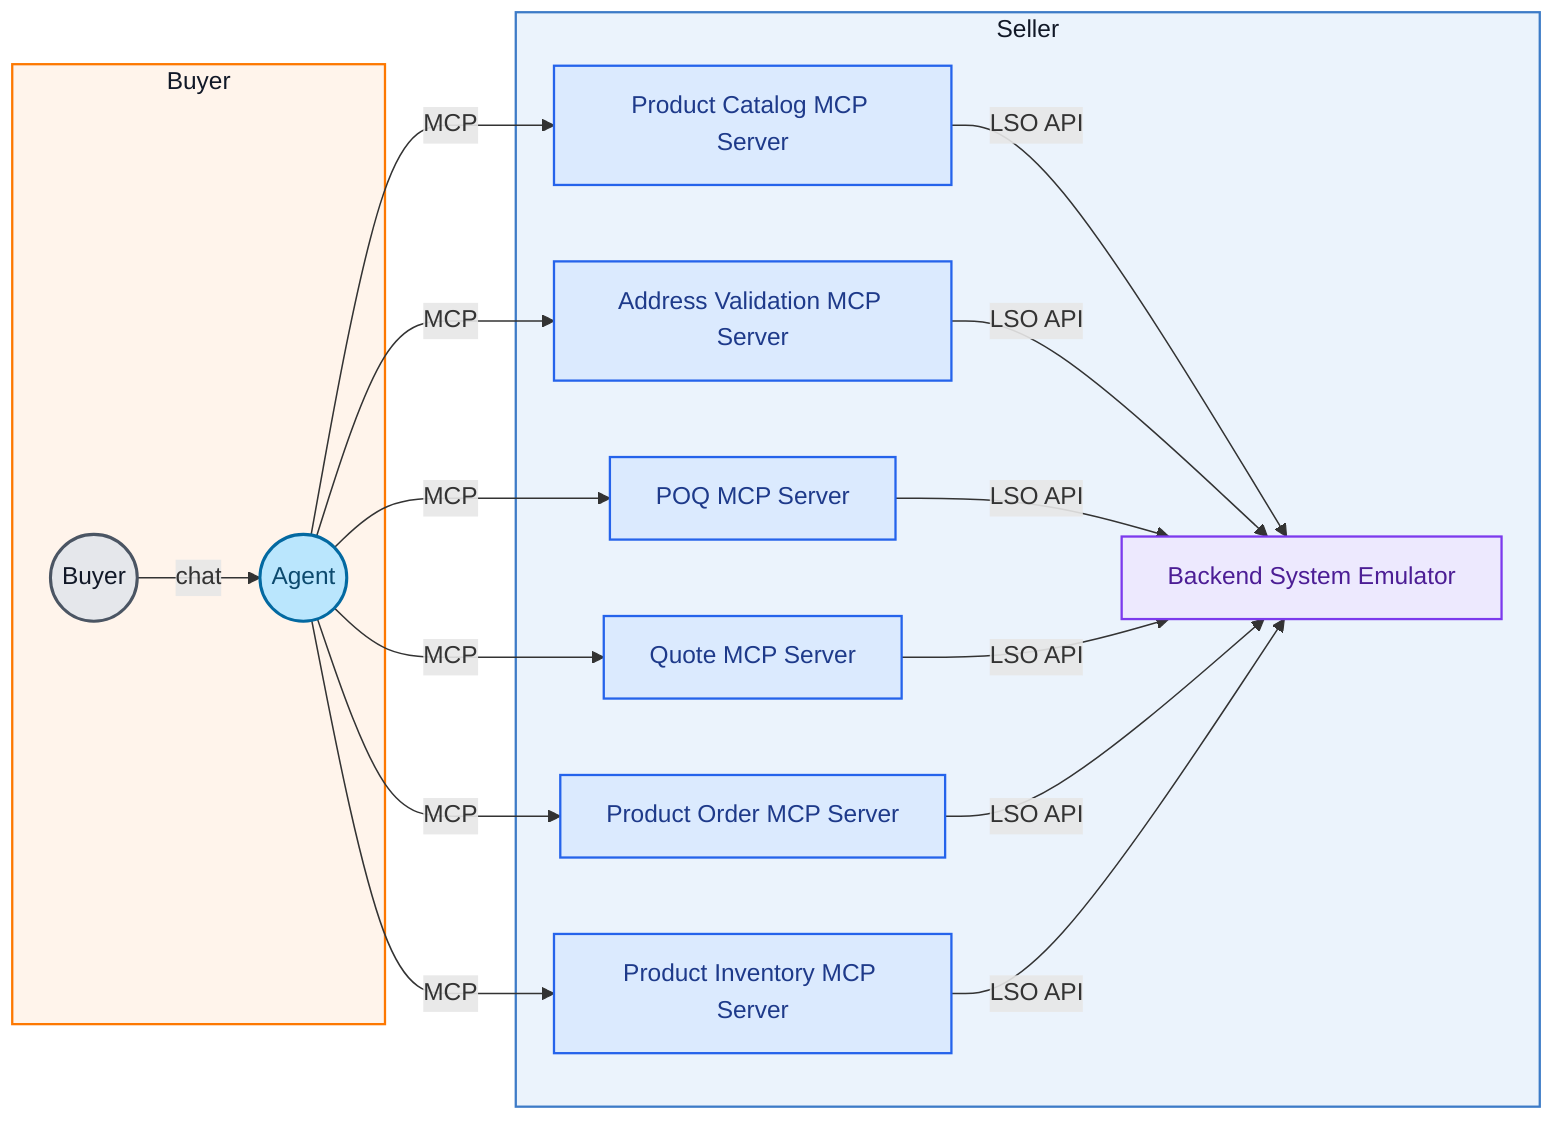
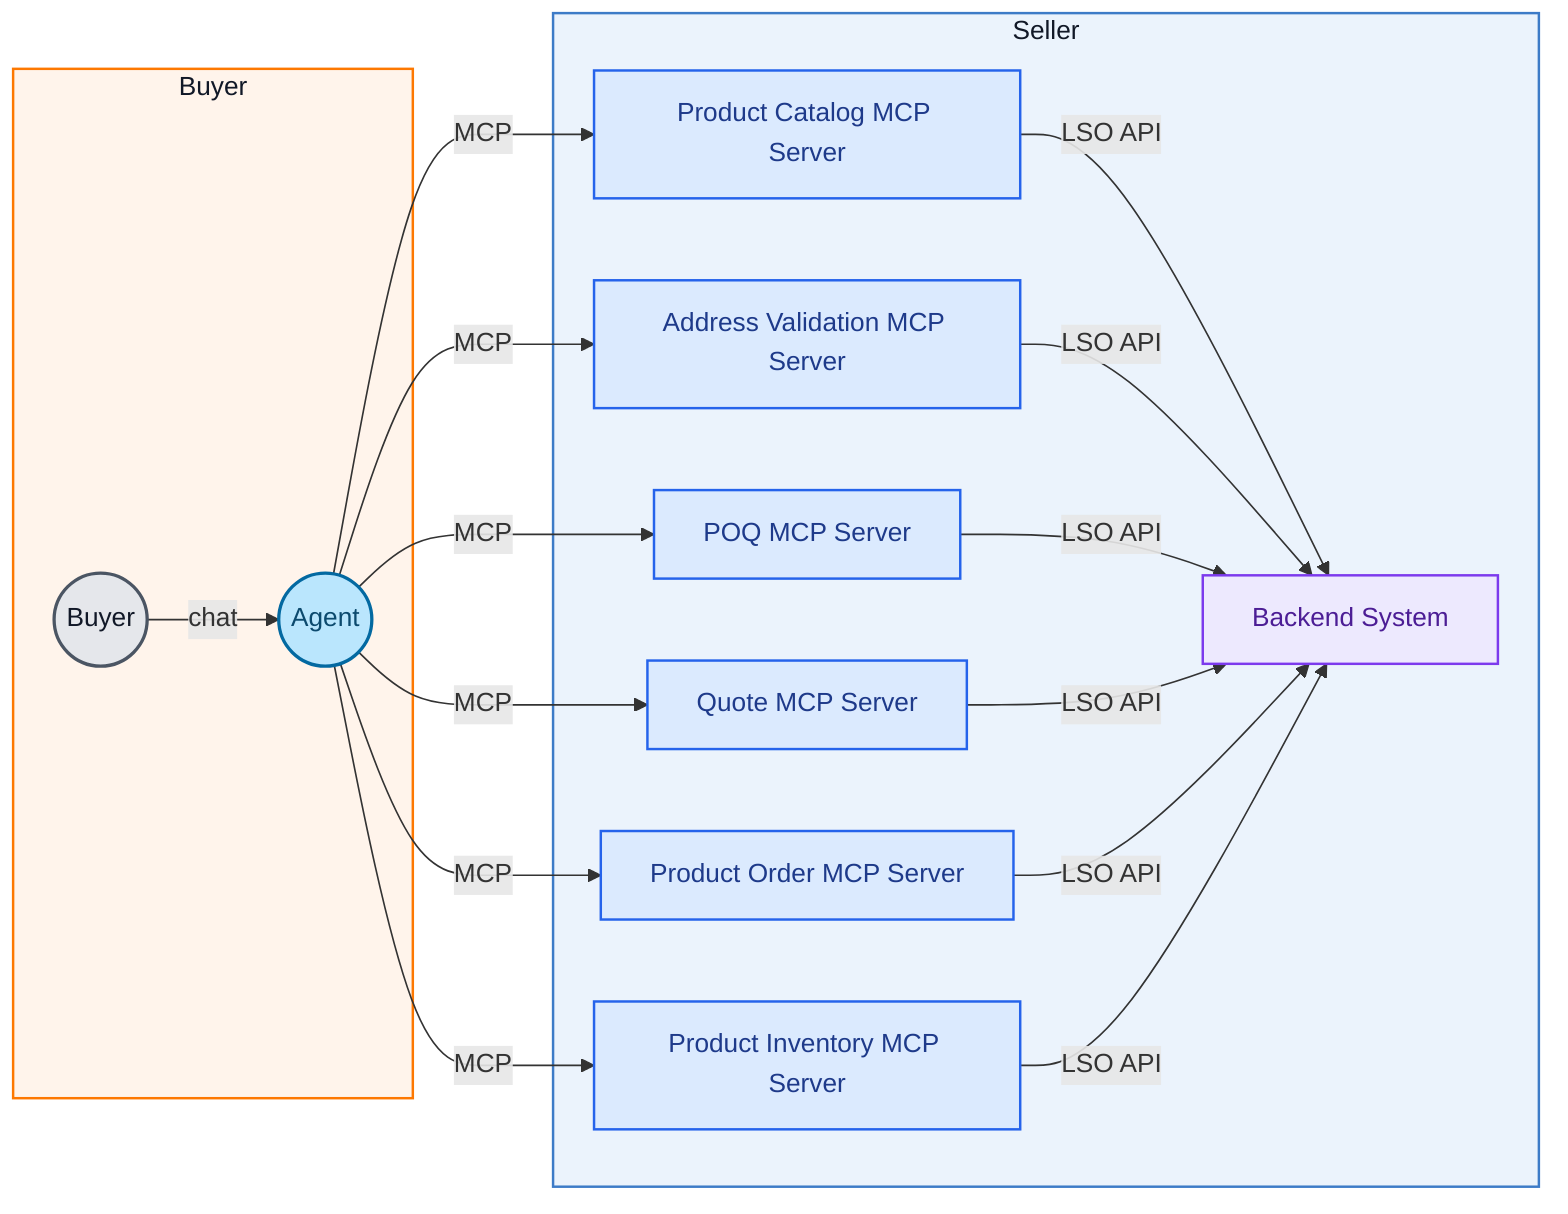
flowchart LR
    subgraph Buyer["Buyer"]
        BuyerUser((Buyer))
        Agent((Agent))
    end

    subgraph Seller["Seller"]
        PC[Product Catalog MCP Server]
        AV[Address Validation MCP Server]
        POQ[POQ MCP Server]
        QUOTE[Quote MCP Server]
        ORDER[Product Order MCP Server]
        INV[Product Inventory MCP Server]

-         BSE[Backend System Emulator]
+         BSE[Backend System]
    end

    BuyerUser -->|chat| Agent

    Agent -->|MCP| PC
    Agent -->|MCP| AV
    Agent -->|MCP| POQ
    Agent -->|MCP| QUOTE
    Agent -->|MCP| ORDER
    Agent -->|MCP| INV

    PC -->|LSO API| BSE
    AV -->|LSO API| BSE
    POQ -->|LSO API| BSE
    QUOTE -->|LSO API| BSE
    ORDER -->|LSO API| BSE
    INV -->|LSO API| BSE

    classDef actor fill:#e5e7eb,stroke:#4b5563,color:#111827,stroke-width:2px;
    classDef agent fill:#bae6fd,stroke:#0369a1,color:#0c4a6e,stroke-width:2px;
    classDef mcp fill:#dbeafe,stroke:#2563eb,color:#1e3a8a,stroke-width:1.5px;
    classDef backend fill:#ede9fe,stroke:#7c3aed,color:#4c1d95,stroke-width:1.5px;

    class BuyerUser actor;
    class Agent agent;
    class PC,AV,POQ,QUOTE,ORDER,INV mcp;
    class BSE backend;

    style Buyer fill:#FFF4EB,stroke:#FD7801,stroke-width:1.5px,color:#111827
    style Seller fill:#EBF3FC,stroke:#3D7BC7,stroke-width:1.5px,color:#111827
